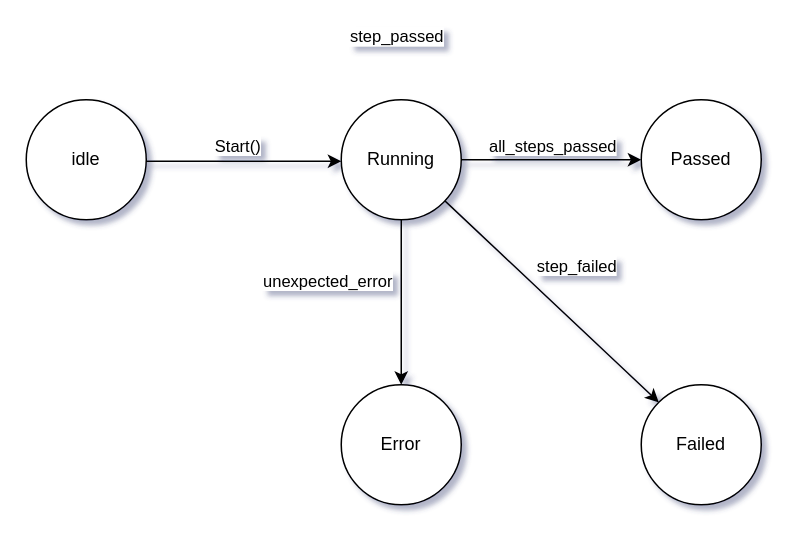
Above: diagrams/FSM.drawio in golansaar3-oss/Device-Test-Runner-Simulator-Cpp- (draw.io), before the change. Source tidied: cells renumbered, new cells numbered last; positions are measured from the earlier drawing's top-left corner, leaving out a move shared by most shapes. Both pictures are drawn from the tidied source at 150%, with x=0, y=0 at pixel (26, 69).
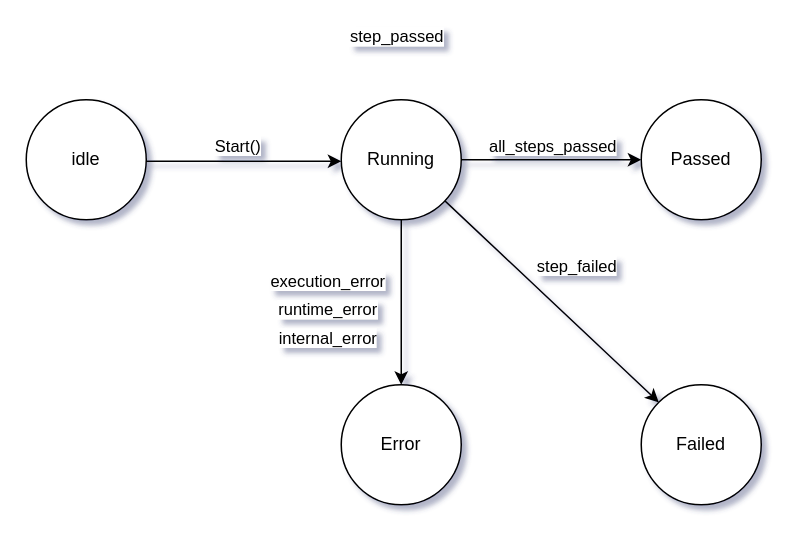
After the change.

Unchanged cells that the change refers to:
```xml
<mxCell id="13" style="endArrow=classic;html=1;rounded=0;entryX=0.5;entryY=0;entryDx=0;entryDy=0;exitX=0.5;exitY=1;exitDx=0;exitDy=0;" parent="1" edge="1" source="3" target="10">
  <mxGeometry relative="1" as="geometry" />
</mxCell>
```

Change to the diagram source:
```diff
@@
-<mxGraphModel shadow="1">
+<mxGraphModel background="#ffffff" shadow="1">
@@
-    <mxCell id="14" value="unexpected_error" style="edgeLabel;html=1;align=center;verticalAlign=middle;" parent="13" vertex="1">
+    <mxCell id="14" value="execution_error" style="edgeLabel;html=1;align=center;verticalAlign=middle;" parent="13" vertex="1">
       <mxGeometry relative="1" as="geometry">
         <mxPoint x="-50" y="-15" as="offset" />
       </mxGeometry>
     </mxCell>
@@
+    <mxCell id="16" value="runtime_error" style="edgeLabel;html=1;align=center;verticalAlign=middle;" parent="1" vertex="1">
+      <mxGeometry x="200" y="159" as="geometry" />
+    </mxCell>
+    <mxCell id="17" value="internal_error" style="edgeLabel;html=1;align=center;verticalAlign=middle;" parent="1" vertex="1">
+      <mxGeometry x="200" y="178" as="geometry" />
+    </mxCell>
```
